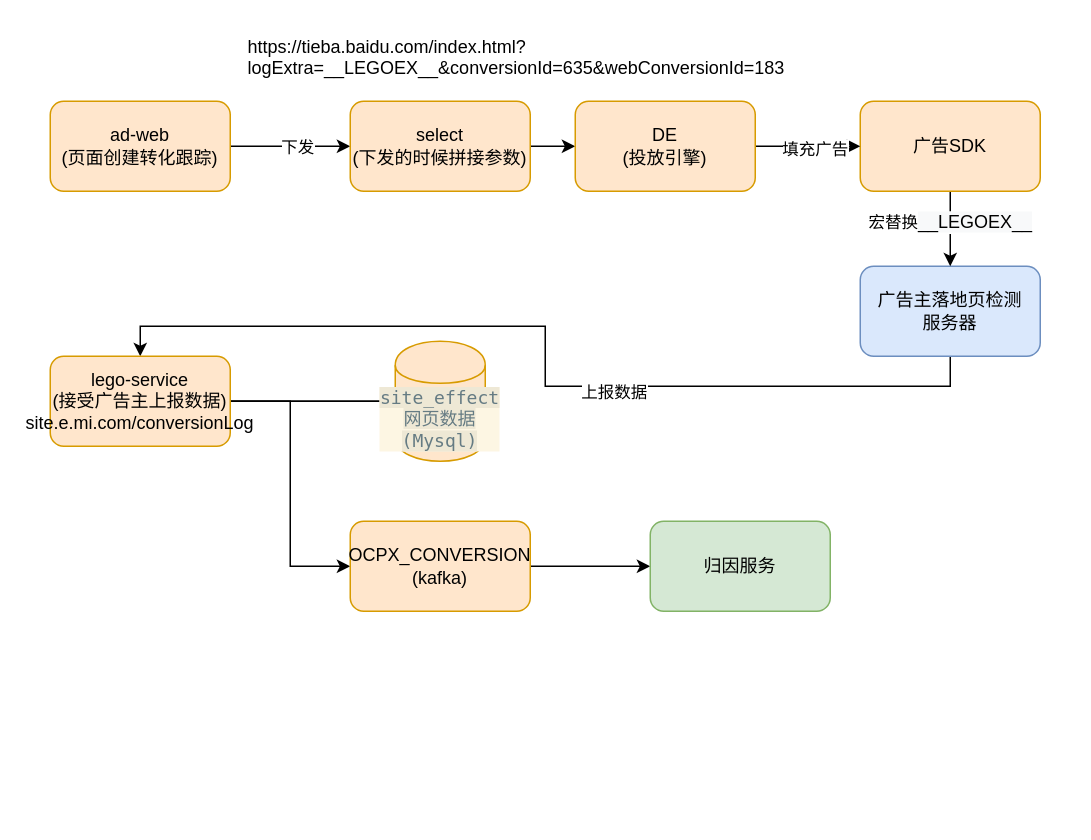
Above: page "线索API上报数据流" (2 of 4) of emi归因数据流.drawio in hehan-wang/drawio (draw.io), before the change. Source tidied: cells renumbered, new cells numbered last; positions are measured from the earlier drawing's top-left corner, leaving out a move shared by most shapes. Both pictures are drawn from the tidied source at 150%, with x=0, y=0 at pixel (50, 26).
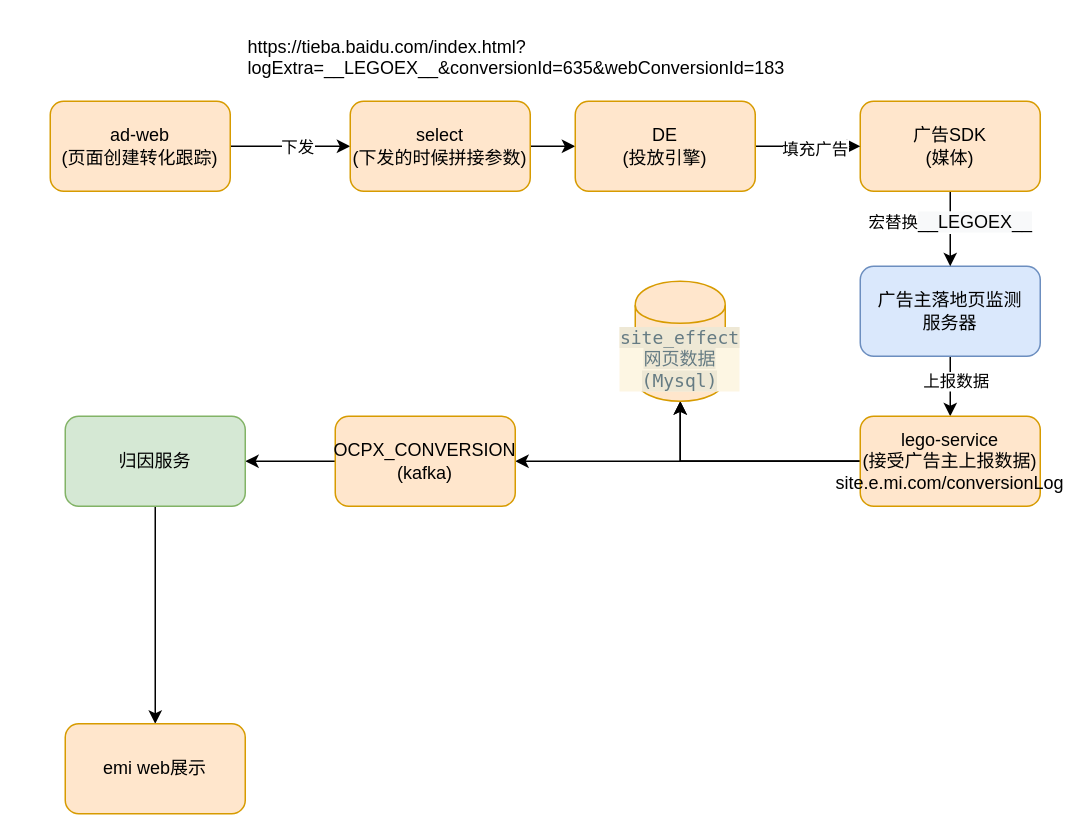
The same diagram, later.

Diff of the diagram source:
```diff
@@
-    <mxCell id="10" value="广告主落地页检测&lt;br&gt;服务器" style="whiteSpace=wrap;html=1;rounded=1;strokeColor=#6c8ebf;fillColor=#dae8fc;" parent="1" vertex="1">
+    <mxCell id="10" value="广告主落地页监测&lt;br&gt;服务器" style="whiteSpace=wrap;html=1;rounded=1;strokeColor=#6c8ebf;fillColor=#dae8fc;" parent="1" vertex="1">
       <mxGeometry x="540" y="160" width="120" height="60" as="geometry" />
     </mxCell>
@@
-    <mxCell id="13" style="edgeStyle=orthogonalEdgeStyle;rounded=0;jettySize=auto;html=1;entryX=0;entryY=0.5;entryDx=0;entryDy=0;" parent="1" edge="1" source="14" target="17">
+    <mxCell id="13" style="edgeStyle=orthogonalEdgeStyle;rounded=0;jettySize=auto;html=1;entryX=1;entryY=0.5;entryDx=0;entryDy=0;" parent="1" edge="1" source="14" target="17">
       <mxGeometry relative="1" as="geometry" />
     </mxCell>
     <mxCell id="14" value="lego-service&lt;br&gt;(接受广告主上报数据)&lt;br&gt;site.e.mi.com/conversionLog" style="rounded=1;whiteSpace=wrap;html=1;fillColor=#ffe6cc;strokeColor=#d79b00;" parent="1" vertex="1">
-      <mxGeometry y="220" width="120" height="60" as="geometry" />
+      <mxGeometry x="540" y="260" width="120" height="60" as="geometry" />
     </mxCell>
     <mxCell id="15" value="&lt;pre style=&quot;background-color: #fdf6e3 ; color: #657b83 ; font-family: &amp;#34;menlo&amp;#34; , monospace ; font-size: 9.0pt&quot;&gt;&lt;span style=&quot;background-color: #eee8d5&quot;&gt;site_effect&lt;br&gt;网页数据&lt;br&gt;(Mysql)&lt;/span&gt;&lt;/pre&gt;" style="shape=cylinder;whiteSpace=wrap;html=1;boundedLbl=1;backgroundOutline=1;rounded=1;strokeColor=#d79b00;fillColor=#ffe6cc;" parent="1" vertex="1">
-      <mxGeometry x="230" y="210" width="60" height="80" as="geometry" />
+      <mxGeometry x="390" y="170" width="60" height="80" as="geometry" />
     </mxCell>
@@
     <mxCell id="17" value="OCPX_CONVERSION&lt;br&gt;(kafka)" style="rounded=1;whiteSpace=wrap;html=1;fillColor=#ffe6cc;strokeColor=#d79b00;" parent="1" vertex="1">
-      <mxGeometry x="200" y="330" width="120" height="60" as="geometry" />
+      <mxGeometry x="190" y="260" width="120" height="60" as="geometry" />
     </mxCell>
+    <mxCell id="25" style="edgeStyle=orthogonalEdgeStyle;rounded=0;jettySize=auto;html=1;" parent="1" edge="1" source="18" target="26">
+      <mxGeometry relative="1" as="geometry" />
+    </mxCell>
     <mxCell id="18" value="归因服务" style="whiteSpace=wrap;html=1;rounded=1;strokeColor=#82b366;fillColor=#d5e8d4;" parent="1" vertex="1">
-      <mxGeometry x="400" y="330" width="120" height="60" as="geometry" />
+      <mxGeometry x="10" y="260" width="120" height="60" as="geometry" />
     </mxCell>
@@
-    <mxCell id="21" value="广告SDK" style="whiteSpace=wrap;html=1;rounded=1;strokeColor=#d79b00;fillColor=#ffe6cc;" parent="1" vertex="1">
+    <mxCell id="21" value="广告SDK&lt;br&gt;(媒体)" style="whiteSpace=wrap;html=1;rounded=1;strokeColor=#d79b00;fillColor=#ffe6cc;" parent="1" vertex="1">
       <mxGeometry x="540" y="50" width="120" height="60" as="geometry" />
     </mxCell>
@@
+    <mxCell id="26" value="emi web展示" style="rounded=1;whiteSpace=wrap;html=1;fillColor=#ffe6cc;strokeColor=#d79b00;" parent="1" vertex="1">
+      <mxGeometry x="10" y="465" width="120" height="60" as="geometry" />
+    </mxCell>
```
